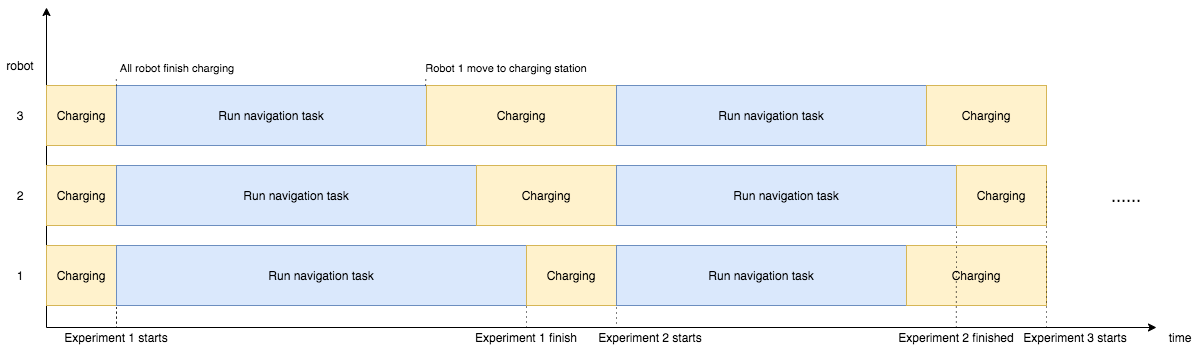
The draw.io diagram Thesis/content/images/ch5/exe_exp_timeline.drawio.png in xuanjiao/master_thesis, before a commit. Source tidied: cells renumbered, new cells last; positions are measured from the earlier drawing's top-left corner, leaving out a move shared by most shapes.
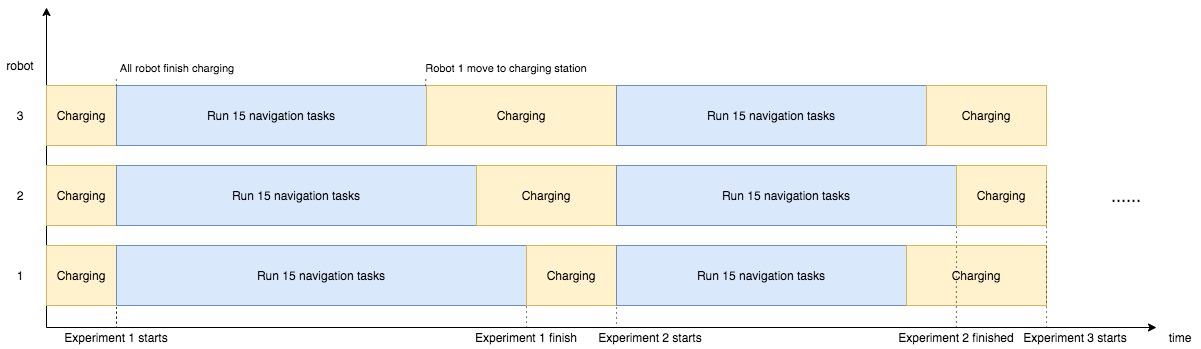
After the change.

Change to the diagram source:
```diff
@@ -23,13 +23,13 @@
     <mxCell id="6" value="Charging" style="rounded=0;whiteSpace=wrap;html=1;fillColor=#fff2cc;strokeColor=#d6b656;" parent="1" vertex="1">
       <mxGeometry x="46" y="238" width="70" height="60" as="geometry" />
     </mxCell>
-    <mxCell id="7" value="Run navigation task" style="rounded=0;whiteSpace=wrap;html=1;fillColor=#dae8fc;strokeColor=#6c8ebf;" parent="1" vertex="1">
+    <mxCell id="7" value="Run 15 navigation tasks" style="rounded=0;whiteSpace=wrap;html=1;fillColor=#dae8fc;strokeColor=#6c8ebf;" parent="1" vertex="1">
       <mxGeometry x="116" y="78" width="310" height="60" as="geometry" />
     </mxCell>
-    <mxCell id="8" value="Run navigation task" style="rounded=0;whiteSpace=wrap;html=1;fillColor=#dae8fc;strokeColor=#6c8ebf;" parent="1" vertex="1">
+    <mxCell id="8" value="Run 15 navigation tasks" style="rounded=0;whiteSpace=wrap;html=1;fillColor=#dae8fc;strokeColor=#6c8ebf;" parent="1" vertex="1">
       <mxGeometry x="116" y="158" width="360" height="60" as="geometry" />
     </mxCell>
-    <mxCell id="9" value="Run navigation task" style="rounded=0;whiteSpace=wrap;html=1;fillColor=#dae8fc;strokeColor=#6c8ebf;" parent="1" vertex="1">
+    <mxCell id="9" value="Run 15 navigation tasks" style="rounded=0;whiteSpace=wrap;html=1;fillColor=#dae8fc;strokeColor=#6c8ebf;" parent="1" vertex="1">
       <mxGeometry x="116" y="238" width="410" height="60" as="geometry" />
     </mxCell>
     <mxCell id="10" value="Charging" style="rounded=0;whiteSpace=wrap;html=1;fillColor=#fff2cc;strokeColor=#d6b656;" parent="1" vertex="1">
@@ -59,13 +59,13 @@
     <mxCell id="18" value="Experiment&amp;nbsp;&lt;span style=&quot;text-align: left&quot;&gt;2 starts&lt;/span&gt;" style="text;html=1;strokeColor=none;fillColor=none;align=center;verticalAlign=middle;whiteSpace=wrap;rounded=0;" parent="1" vertex="1">
       <mxGeometry x="580" y="320" width="140" height="20" as="geometry" />
     </mxCell>
-    <mxCell id="19" value="Run navigation task" style="rounded=0;whiteSpace=wrap;html=1;fillColor=#dae8fc;strokeColor=#6c8ebf;" parent="1" vertex="1">
+    <mxCell id="19" value="Run 15 navigation tasks" style="rounded=0;whiteSpace=wrap;html=1;fillColor=#dae8fc;strokeColor=#6c8ebf;" parent="1" vertex="1">
       <mxGeometry x="616" y="78" width="310" height="60" as="geometry" />
     </mxCell>
-    <mxCell id="20" value="Run navigation task" style="rounded=0;whiteSpace=wrap;html=1;fillColor=#dae8fc;strokeColor=#6c8ebf;" parent="1" vertex="1">
+    <mxCell id="20" value="Run 15 navigation tasks" style="rounded=0;whiteSpace=wrap;html=1;fillColor=#dae8fc;strokeColor=#6c8ebf;" parent="1" vertex="1">
       <mxGeometry x="616" y="158" width="340" height="60" as="geometry" />
     </mxCell>
-    <mxCell id="21" value="Run navigation task" style="rounded=0;whiteSpace=wrap;html=1;fillColor=#dae8fc;strokeColor=#6c8ebf;" parent="1" vertex="1">
+    <mxCell id="21" value="Run 15 navigation tasks" style="rounded=0;whiteSpace=wrap;html=1;fillColor=#dae8fc;strokeColor=#6c8ebf;" parent="1" vertex="1">
       <mxGeometry x="616" y="238" width="290" height="60" as="geometry" />
     </mxCell>
     <mxCell id="22" value="Charging" style="rounded=0;whiteSpace=wrap;html=1;fillColor=#fff2cc;strokeColor=#d6b656;" parent="1" vertex="1">
```
